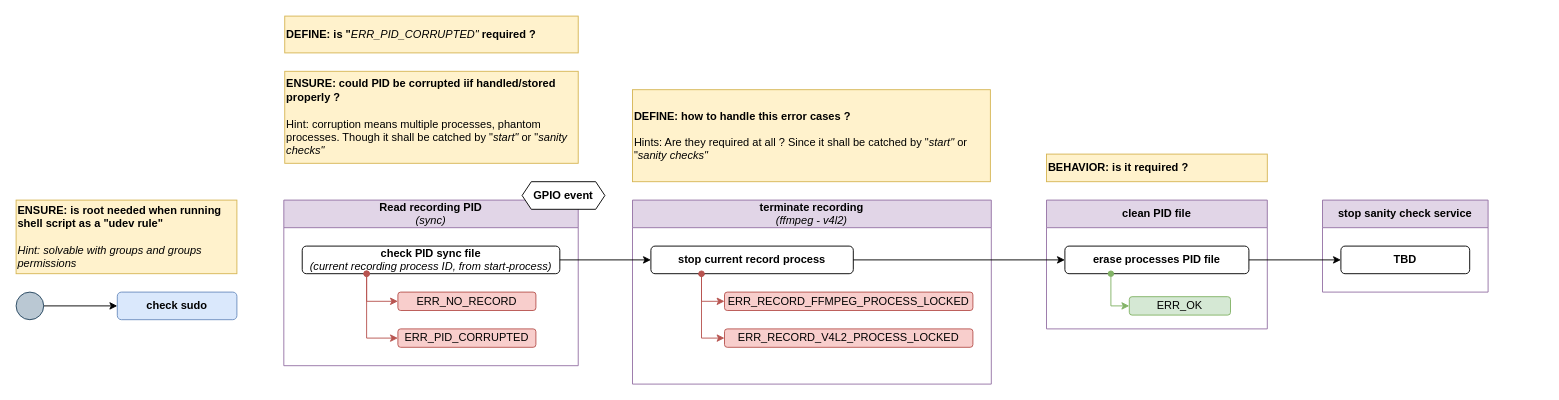
repeact/embedded-sw keeps this draw.io diagram as page "stop-record" (7 of 9) of docs/arch/arch.drawio. Above is the earlier version. Source tidied: cells renumbered, new cells numbered last; positions are measured from the earlier drawing's top-left corner, leaving out a move shared by most shapes. Both pictures are drawn from the tidied source at 92%, with x=0, y=0 at pixel (16, 16).
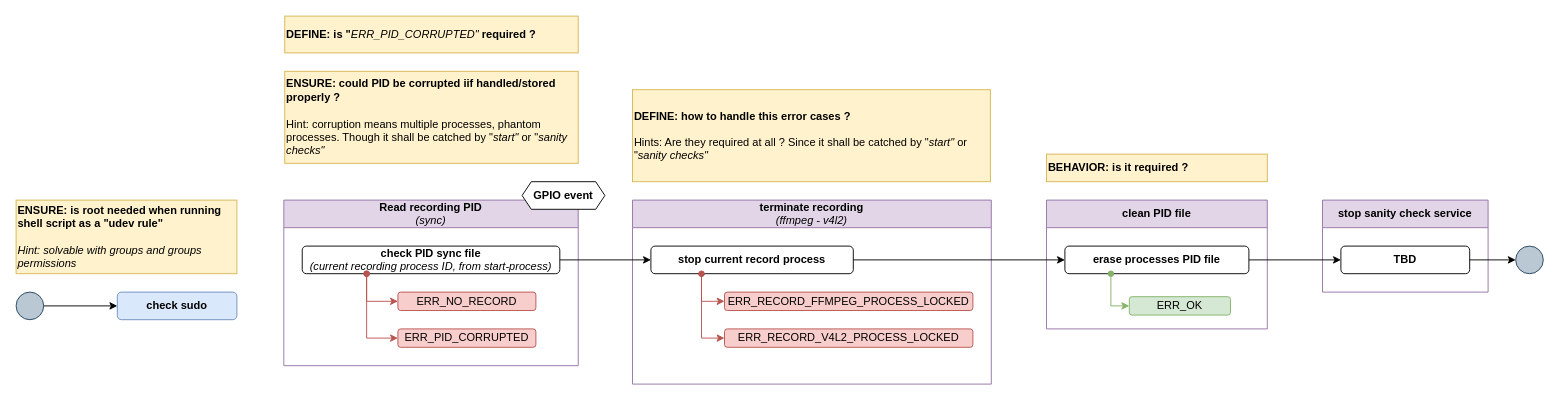
The same page after the edit.

The change refers to these unchanged cells:
```xml
<mxCell id="30" value="TBD" style="rounded=1;whiteSpace=wrap;html=1;fontStyle=1;" parent="29" vertex="1">
  <mxGeometry x="20" y="50" width="140" height="30" as="geometry" />
</mxCell>
```

Change to the diagram source:
```diff
@@
+    <mxCell id="32" style="ellipse;whiteSpace=wrap;html=1;fillColor=#bac8d3;strokeColor=#23445d;" parent="1" vertex="1">
+      <mxGeometry x="1630" y="250" width="30" height="30" as="geometry" />
+    </mxCell>
+    <mxCell id="33" style="edgeStyle=orthogonalEdgeStyle;rounded=0;jettySize=auto;html=1;exitX=1;exitY=0.5;exitDx=0;exitDy=0;entryX=0;entryY=0.5;entryDx=0;entryDy=0;" parent="1" edge="1" source="30" target="32">
+      <mxGeometry relative="1" as="geometry" />
+    </mxCell>
```
